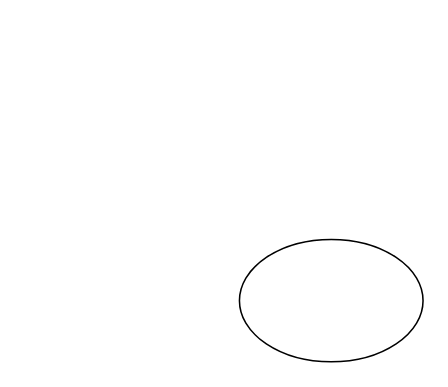
This is src/练习绘图.drawio from dibiaozuiqiang160/FirstGitHub, a draw.io file, before an edit. Source tidied: cells renumbered, new cells numbered last; positions are measured from the earlier drawing's top-left corner, leaving out a move shared by most shapes. Both pictures are drawn from the tidied source at 153%, with x=0, y=0 at pixel (239, 239).
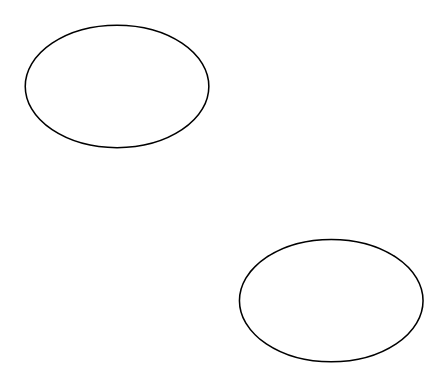
The same diagram, later.

Commit message (it also covers changes not shown here):
更新练习绘图.drawio

The edit, as a diff of the source:
```diff
@@
 <mxGraphModel>
   <root>
     <mxCell id="0" />
     <mxCell id="1" parent="0" />
     <mxCell id="2" style="ellipse;whiteSpace=wrap;html=1;" parent="1" vertex="1">
       <mxGeometry width="120" height="80" as="geometry" />
     </mxCell>
+    <mxCell id="3" style="ellipse;whiteSpace=wrap;html=1;" parent="1" vertex="1">
+      <mxGeometry x="-140" y="-140" width="120" height="80" as="geometry" />
+    </mxCell>
   </root>
 </mxGraphModel>
```
